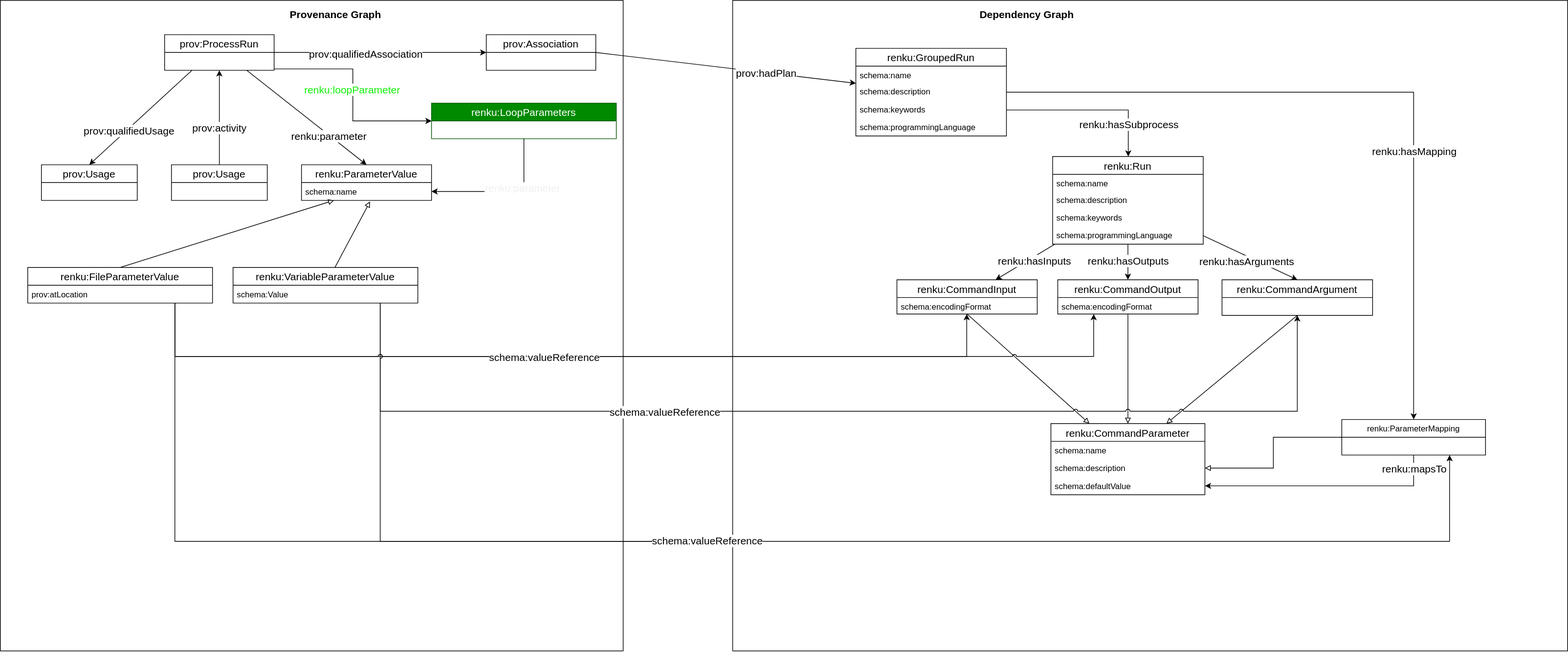
SwissDataScienceCenter/renku-python keeps this draw.io diagram as design/001-new-workflow-commands/looped-run-metadata.svg. Above is the earlier version. Source tidied: cells renumbered, new cells last; positions are measured from the earlier drawing's top-left corner, leaving out a move shared by most shapes.
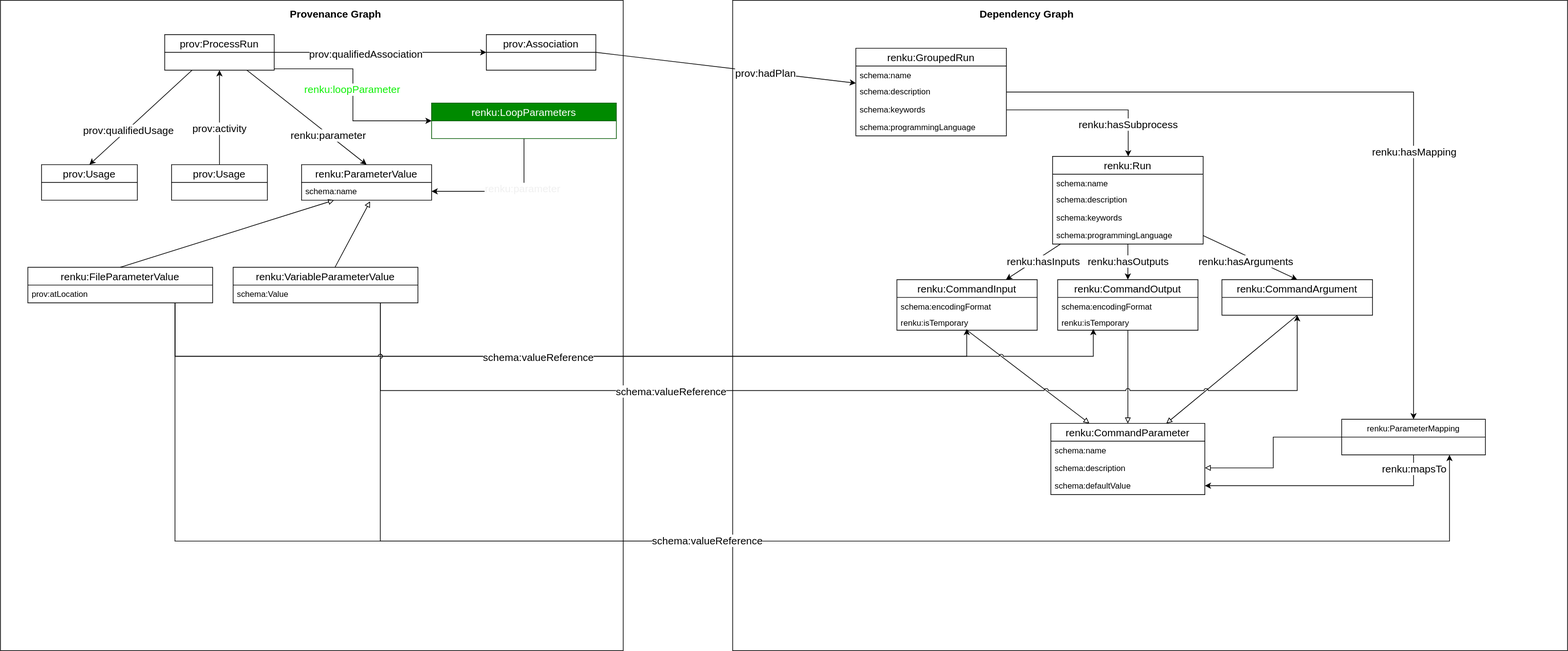
The same file after the commit.

Commit message:
add template parameters and temporary files metadata

Diff of the diagram source:
```diff
@@ -143,17 +143,23 @@
       <mxGeometry x="0.3" relative="1" as="geometry" />
     </mxCell>
     <mxCell id="42" value="renku:CommandInput" style="swimlane;fontStyle=0;horizontal=1;startSize=26;fillColor=none;fontSize=15;" parent="1" vertex="1">
-      <mxGeometry x="1310" y="408" width="205" height="50" as="geometry" />
+      <mxGeometry x="1310" y="408" width="205" height="74" as="geometry" />
     </mxCell>
     <mxCell id="43" value="schema:encodingFormat" style="text;strokeColor=none;fillColor=none;align=left;verticalAlign=top;spacingLeft=4;spacingRight=4;overflow=hidden;points=[[0,0.5],[1,0.5]];portConstraint=eastwest;" parent="42" vertex="1">
       <mxGeometry y="26" width="205" height="24" as="geometry" />
     </mxCell>
+    <mxCell id="77" value="renku:isTemporary" style="text;strokeColor=none;fillColor=none;align=left;verticalAlign=top;spacingLeft=4;spacingRight=4;overflow=hidden;points=[[0,0.5],[1,0.5]];portConstraint=eastwest;" parent="42" vertex="1">
+      <mxGeometry y="50" width="205" height="24" as="geometry" />
+    </mxCell>
     <mxCell id="44" value="renku:CommandOutput" style="swimlane;fontStyle=0;horizontal=1;startSize=26;fillColor=none;fontSize=15;" parent="1" vertex="1">
-      <mxGeometry x="1545" y="408" width="205" height="50" as="geometry" />
+      <mxGeometry x="1545" y="408" width="205" height="74" as="geometry" />
     </mxCell>
     <mxCell id="45" value="schema:encodingFormat" style="text;strokeColor=none;fillColor=none;align=left;verticalAlign=top;spacingLeft=4;spacingRight=4;overflow=hidden;points=[[0,0.5],[1,0.5]];portConstraint=eastwest;" parent="44" vertex="1">
       <mxGeometry y="26" width="205" height="24" as="geometry" />
     </mxCell>
+    <mxCell id="78" value="renku:isTemporary" style="text;strokeColor=none;fillColor=none;align=left;verticalAlign=top;spacingLeft=4;spacingRight=4;overflow=hidden;" parent="44" vertex="1">
+      <mxGeometry y="50" width="205" height="24" as="geometry" />
+    </mxCell>
     <mxCell id="46" value="renku:CommandArgument" style="swimlane;fontStyle=0;horizontal=1;startSize=26;fillColor=none;fontSize=15;" parent="1" vertex="1">
       <mxGeometry x="1785" y="408" width="220" height="52" as="geometry" />
     </mxCell>
@@ -178,7 +184,7 @@
     <mxCell id="53" style="endArrow=block;html=1;fontSize=15;exitX=0.5;exitY=1;exitDx=0;exitDy=0;entryX=0.75;entryY=0;entryDx=0;entryDy=0;endFill=0;" parent="1" edge="1" source="46" target="47">
       <mxGeometry relative="1" as="geometry" />
     </mxCell>
-    <mxCell id="54" style="edgeStyle=orthogonalEdgeStyle;rounded=0;jettySize=auto;html=1;endArrow=classic;endFill=1;fontSize=15;" parent="1" edge="1" source="16" target="43">
+    <mxCell id="54" style="edgeStyle=orthogonalEdgeStyle;rounded=0;jettySize=auto;html=1;endArrow=classic;endFill=1;fontSize=15;entryX=0.498;entryY=0.917;entryDx=0;entryDy=0;entryPerimeter=0;" parent="1" edge="1" source="16" target="77">
       <mxGeometry relative="1" as="geometry">
         <Array as="points">
           <mxPoint x="255" y="520" />
@@ -186,8 +192,9 @@
         </Array>
       </mxGeometry>
     </mxCell>
-    <mxCell id="55" style="edgeStyle=orthogonalEdgeStyle;rounded=0;jettySize=auto;html=1;endArrow=classic;endFill=1;fontSize=15;entryX=0.256;entryY=1;entryDx=0;entryDy=0;entryPerimeter=0;jumpStyle=arc;" parent="1" edge="1" source="16" target="45">
+    <mxCell id="55" style="edgeStyle=orthogonalEdgeStyle;rounded=0;jettySize=auto;html=1;endArrow=classic;endFill=1;fontSize=15;jumpStyle=arc;" parent="1" edge="1" source="16">
       <mxGeometry relative="1" as="geometry">
+        <mxPoint x="1597" y="480" as="targetPoint" />
         <Array as="points">
           <mxPoint x="255" y="520" />
           <mxPoint x="1597" y="520" />
@@ -200,8 +207,8 @@
     <mxCell id="57" style="edgeStyle=orthogonalEdgeStyle;rounded=0;jettySize=auto;html=1;entryX=0.5;entryY=1;entryDx=0;entryDy=0;endArrow=classic;endFill=1;fontSize=15;jumpStyle=arc;" parent="1" edge="1" source="20" target="46">
       <mxGeometry relative="1" as="geometry">
         <Array as="points">
-          <mxPoint x="555" y="600" />
-          <mxPoint x="1895" y="600" />
+          <mxPoint x="555" y="570" />
+          <mxPoint x="1895" y="570" />
         </Array>
       </mxGeometry>
     </mxCell>
```
